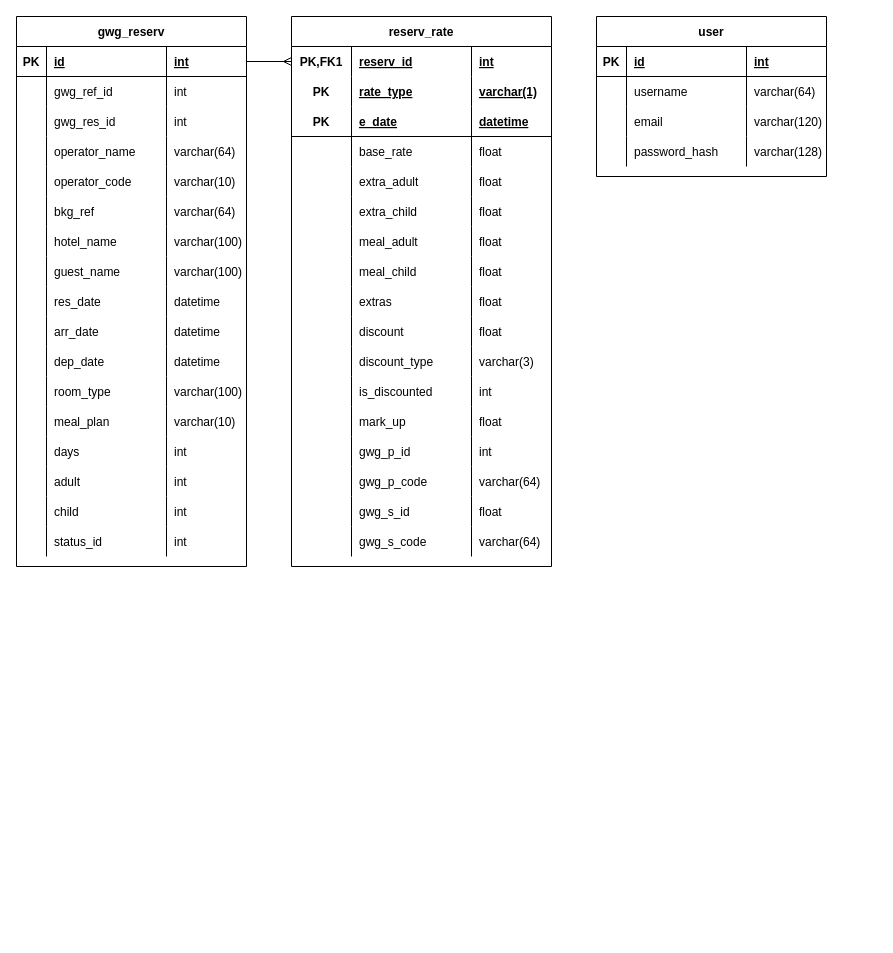
This is bkgs_app_erd.drawio from justivan/drawio-diagrams, a draw.io file, before an edit. Source tidied: cells renumbered, new cells numbered last; positions are measured from the earlier drawing's top-left corner, leaving out a move shared by most shapes. Both pictures are drawn from the tidied source at 100%, with x=0, y=0 at pixel (16, 16).
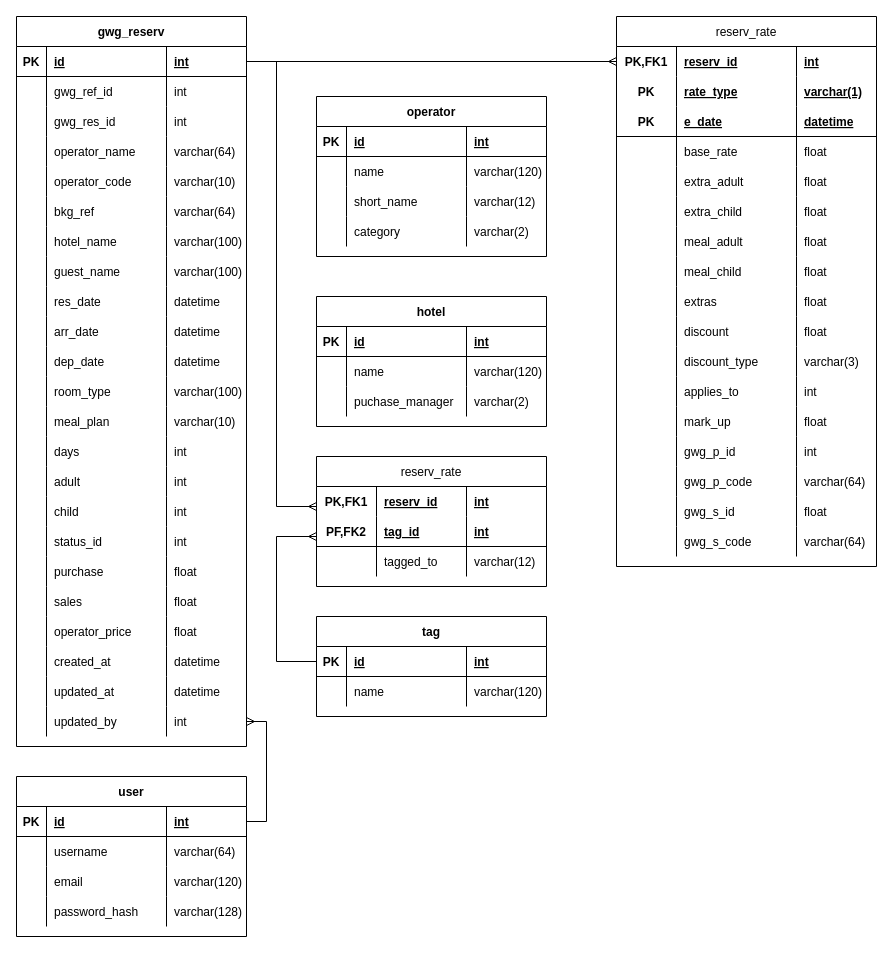
Above is the later version.

Unchanged cells that the change refers to:
```xml
<mxCell id="3" style="shape=tableRow;horizontal=0;startSize=0;swimlaneHead=0;swimlaneBody=0;fillColor=none;points=[[0,0.5],[1,0.5]];portConstraint=eastwest;top=0;left=0;right=0;bottom=1;fontFamily=Helvetica;" parent="2" vertex="1">
  <mxGeometry y="30" width="230" height="30" as="geometry" />
</mxCell>
<mxCell id="116" style="shape=tableRow;horizontal=0;startSize=0;swimlaneHead=0;swimlaneBody=0;fillColor=none;top=0;left=0;right=0;bottom=0;fontFamily=Helvetica;strokeColor=default;" parent="71" vertex="1">
  <mxGeometry y="360" width="260" height="30" as="geometry" />
</mxCell>
<mxCell id="142" style="shape=tableRow;horizontal=0;startSize=0;swimlaneHead=0;swimlaneBody=0;fillColor=none;points=[[0,0.5],[1,0.5]];portConstraint=eastwest;top=0;left=0;right=0;bottom=1;fontFamily=Helvetica;" parent="141" vertex="1">
  <mxGeometry y="30" width="230" height="30" as="geometry" />
</mxCell>
```

What changed in the source:
```diff
@@
     <mxCell id="2" value="gwg_reserv" style="shape=table;startSize=30;childLayout=tableLayout;rowLines=0;fontStyle=1;align=center;fontFamily=Helvetica;" parent="1" vertex="1">
-      <mxGeometry width="230" height="550" as="geometry" />
+      <mxGeometry width="230" height="730" as="geometry" />
     </mxCell>
@@
+    <mxCell id="158" style="shape=tableRow;horizontal=0;startSize=0;swimlaneHead=0;swimlaneBody=0;fillColor=none;top=0;left=0;right=0;bottom=0;fontFamily=Helvetica;" parent="2" vertex="1">
+      <mxGeometry y="540" width="230" height="30" as="geometry" />
+    </mxCell>
+    <mxCell id="159" style="shape=partialRectangle;fillColor=none;top=0;left=0;bottom=0;right=0;overflow=hidden;fontFamily=Helvetica;" parent="158" vertex="1">
+      <mxGeometry width="30" height="30" as="geometry" />
+    </mxCell>
+    <mxCell id="160" value="purchase" style="shape=partialRectangle;fillColor=none;top=0;left=0;bottom=0;right=0;align=left;spacingLeft=6;overflow=hidden;fontFamily=Helvetica;" parent="158" vertex="1">
+      <mxGeometry x="30" width="120" height="30" as="geometry" />
+    </mxCell>
+    <mxCell id="161" value="float" style="shape=partialRectangle;fillColor=none;top=0;left=0;bottom=0;right=0;align=left;spacingLeft=6;overflow=hidden;fontFamily=Helvetica;" parent="158" vertex="1">
+      <mxGeometry x="150" width="80" height="30" as="geometry" />
+    </mxCell>
+    <mxCell id="162" style="shape=tableRow;horizontal=0;startSize=0;swimlaneHead=0;swimlaneBody=0;fillColor=none;top=0;left=0;right=0;bottom=0;fontFamily=Helvetica;" parent="2" vertex="1">
+      <mxGeometry y="570" width="230" height="30" as="geometry" />
+    </mxCell>
+    <mxCell id="163" style="shape=partialRectangle;fillColor=none;top=0;left=0;bottom=0;right=0;overflow=hidden;fontFamily=Helvetica;" parent="162" vertex="1">
+      <mxGeometry width="30" height="30" as="geometry" />
+    </mxCell>
+    <mxCell id="164" value="sales" style="shape=partialRectangle;fillColor=none;top=0;left=0;bottom=0;right=0;align=left;spacingLeft=6;overflow=hidden;fontFamily=Helvetica;" parent="162" vertex="1">
+      <mxGeometry x="30" width="120" height="30" as="geometry" />
+    </mxCell>
+    <mxCell id="165" value="float" style="shape=partialRectangle;fillColor=none;top=0;left=0;bottom=0;right=0;align=left;spacingLeft=6;overflow=hidden;fontFamily=Helvetica;" parent="162" vertex="1">
+      <mxGeometry x="150" width="80" height="30" as="geometry" />
+    </mxCell>
+    <mxCell id="166" style="shape=tableRow;horizontal=0;startSize=0;swimlaneHead=0;swimlaneBody=0;fillColor=none;top=0;left=0;right=0;bottom=0;fontFamily=Helvetica;" parent="2" vertex="1">
+      <mxGeometry y="600" width="230" height="30" as="geometry" />
+    </mxCell>
+    <mxCell id="167" style="shape=partialRectangle;fillColor=none;top=0;left=0;bottom=0;right=0;overflow=hidden;fontFamily=Helvetica;" parent="166" vertex="1">
+      <mxGeometry width="30" height="30" as="geometry" />
+    </mxCell>
+    <mxCell id="168" value="operator_price" style="shape=partialRectangle;fillColor=none;top=0;left=0;bottom=0;right=0;align=left;spacingLeft=6;overflow=hidden;fontFamily=Helvetica;" parent="166" vertex="1">
+      <mxGeometry x="30" width="120" height="30" as="geometry" />
+    </mxCell>
+    <mxCell id="169" value="float" style="shape=partialRectangle;fillColor=none;top=0;left=0;bottom=0;right=0;align=left;spacingLeft=6;overflow=hidden;fontFamily=Helvetica;" parent="166" vertex="1">
+      <mxGeometry x="150" width="80" height="30" as="geometry" />
+    </mxCell>
+    <mxCell id="170" style="shape=tableRow;horizontal=0;startSize=0;swimlaneHead=0;swimlaneBody=0;fillColor=none;top=0;left=0;right=0;bottom=0;fontFamily=Helvetica;" parent="2" vertex="1">
+      <mxGeometry y="630" width="230" height="30" as="geometry" />
+    </mxCell>
+    <mxCell id="171" style="shape=partialRectangle;fillColor=none;top=0;left=0;bottom=0;right=0;overflow=hidden;fontFamily=Helvetica;" parent="170" vertex="1">
+      <mxGeometry width="30" height="30" as="geometry" />
+    </mxCell>
+    <mxCell id="172" value="created_at" style="shape=partialRectangle;fillColor=none;top=0;left=0;bottom=0;right=0;align=left;spacingLeft=6;overflow=hidden;fontFamily=Helvetica;" parent="170" vertex="1">
+      <mxGeometry x="30" width="120" height="30" as="geometry" />
+    </mxCell>
+    <mxCell id="173" value="datetime" style="shape=partialRectangle;fillColor=none;top=0;left=0;bottom=0;right=0;align=left;spacingLeft=6;overflow=hidden;fontFamily=Helvetica;" parent="170" vertex="1">
+      <mxGeometry x="150" width="80" height="30" as="geometry" />
+    </mxCell>
+    <mxCell id="174" style="shape=tableRow;horizontal=0;startSize=0;swimlaneHead=0;swimlaneBody=0;fillColor=none;top=0;left=0;right=0;bottom=0;fontFamily=Helvetica;" parent="2" vertex="1">
+      <mxGeometry y="660" width="230" height="30" as="geometry" />
+    </mxCell>
+    <mxCell id="175" style="shape=partialRectangle;fillColor=none;top=0;left=0;bottom=0;right=0;overflow=hidden;fontFamily=Helvetica;" parent="174" vertex="1">
+      <mxGeometry width="30" height="30" as="geometry" />
+    </mxCell>
+    <mxCell id="176" value="updated_at" style="shape=partialRectangle;fillColor=none;top=0;left=0;bottom=0;right=0;align=left;spacingLeft=6;overflow=hidden;fontFamily=Helvetica;" parent="174" vertex="1">
+      <mxGeometry x="30" width="120" height="30" as="geometry" />
+    </mxCell>
+    <mxCell id="177" value="datetime" style="shape=partialRectangle;fillColor=none;top=0;left=0;bottom=0;right=0;align=left;spacingLeft=6;overflow=hidden;fontFamily=Helvetica;" parent="174" vertex="1">
+      <mxGeometry x="150" width="80" height="30" as="geometry" />
+    </mxCell>
+    <mxCell id="178" style="shape=tableRow;horizontal=0;startSize=0;swimlaneHead=0;swimlaneBody=0;fillColor=none;points=[[0,0.5],[1,0.5]];portConstraint=eastwest;top=0;left=0;right=0;bottom=0;fontFamily=Helvetica;" parent="2" vertex="1">
+      <mxGeometry y="690" width="230" height="30" as="geometry" />
+    </mxCell>
+    <mxCell id="179" style="shape=partialRectangle;fillColor=none;top=0;left=0;bottom=0;right=0;overflow=hidden;fontFamily=Helvetica;" parent="178" vertex="1">
+      <mxGeometry width="30" height="30" as="geometry" />
+    </mxCell>
+    <mxCell id="180" value="updated_by" style="shape=partialRectangle;fillColor=none;top=0;left=0;bottom=0;right=0;align=left;spacingLeft=6;overflow=hidden;fontFamily=Helvetica;" parent="178" vertex="1">
+      <mxGeometry x="30" width="120" height="30" as="geometry" />
+    </mxCell>
+    <mxCell id="181" value="int" style="shape=partialRectangle;fillColor=none;top=0;left=0;bottom=0;right=0;align=left;spacingLeft=6;overflow=hidden;fontFamily=Helvetica;" parent="178" vertex="1">
+      <mxGeometry x="150" width="80" height="30" as="geometry" />
+    </mxCell>
-    <mxCell id="71" value="reserv_rate" style="shape=table;startSize=30;childLayout=tableLayout;rowLines=0;fontStyle=1;align=center;fontFamily=Helvetica;" parent="1" vertex="1">
-      <mxGeometry x="275" width="260" height="550" as="geometry" />
+    <mxCell id="71" value="reserv_rate" style="shape=table;startSize=30;childLayout=tableLayout;rowLines=0;fontStyle=0;align=center;fontFamily=Helvetica;" parent="1" vertex="1">
+      <mxGeometry x="600" width="260" height="550" as="geometry" />
     </mxCell>
@@
-    <mxCell id="118" value="is_discounted" style="shape=partialRectangle;fillColor=none;top=0;left=0;bottom=0;right=0;align=left;spacingLeft=6;overflow=hidden;fontFamily=Helvetica;strokeColor=default;" parent="116" vertex="1">
+    <mxCell id="118" value="applies_to" style="shape=partialRectangle;fillColor=none;top=0;left=0;bottom=0;right=0;align=left;spacingLeft=6;overflow=hidden;fontFamily=Helvetica;strokeColor=default;" parent="116" vertex="1">
       <mxGeometry x="60" width="120" height="30" as="geometry" />
     </mxCell>
@@
     <mxCell id="141" value="user" style="shape=table;startSize=30;childLayout=tableLayout;rowLines=0;fontStyle=1;align=center;fontFamily=Helvetica;" parent="1" vertex="1">
-      <mxGeometry x="580" width="230" height="160" as="geometry" />
+      <mxGeometry y="760" width="230" height="160" as="geometry" />
     </mxCell>
@@
+    <mxCell id="182" style="edgeStyle=orthogonalEdgeStyle;rounded=0;jettySize=auto;html=1;entryX=1;entryY=0.5;entryDx=0;entryDy=0;endArrow=ERmany;endFill=0;exitX=1;exitY=0.5;exitDx=0;exitDy=0;" parent="1" edge="1" source="142" target="178">
+      <mxGeometry relative="1" as="geometry" />
+    </mxCell>
+    <mxCell id="183" value="operator" style="shape=table;startSize=30;childLayout=tableLayout;rowLines=0;fontStyle=1;align=center;fontFamily=Helvetica;" parent="1" vertex="1">
+      <mxGeometry x="300" y="80" width="230" height="160" as="geometry" />
+    </mxCell>
+    <mxCell id="184" style="shape=tableRow;horizontal=0;startSize=0;swimlaneHead=0;swimlaneBody=0;fillColor=none;top=0;left=0;right=0;bottom=1;fontFamily=Helvetica;" parent="183" vertex="1">
+      <mxGeometry y="30" width="230" height="30" as="geometry" />
+    </mxCell>
+    <mxCell id="185" value="PK" style="shape=partialRectangle;fillColor=none;top=0;left=0;bottom=0;right=0;fontStyle=1;overflow=hidden;fontFamily=Helvetica;" parent="184" vertex="1">
+      <mxGeometry width="30" height="30" as="geometry" />
+    </mxCell>
+    <mxCell id="186" value="id" style="shape=partialRectangle;fillColor=none;top=0;left=0;bottom=0;right=0;align=left;spacingLeft=6;fontStyle=5;overflow=hidden;fontFamily=Helvetica;" parent="184" vertex="1">
+      <mxGeometry x="30" width="120" height="30" as="geometry" />
+    </mxCell>
+    <mxCell id="187" value="int" style="shape=partialRectangle;fillColor=none;top=0;left=0;bottom=0;right=0;align=left;spacingLeft=6;fontStyle=5;overflow=hidden;fontFamily=Helvetica;" parent="184" vertex="1">
+      <mxGeometry x="150" width="80" height="30" as="geometry" />
+    </mxCell>
+    <mxCell id="188" style="shape=tableRow;horizontal=0;startSize=0;swimlaneHead=0;swimlaneBody=0;fillColor=none;top=0;left=0;right=0;bottom=0;fontFamily=Helvetica;" parent="183" vertex="1">
+      <mxGeometry y="60" width="230" height="30" as="geometry" />
+    </mxCell>
+    <mxCell id="189" style="shape=partialRectangle;fillColor=none;top=0;left=0;bottom=0;right=0;overflow=hidden;fontFamily=Helvetica;" parent="188" vertex="1">
+      <mxGeometry width="30" height="30" as="geometry" />
+    </mxCell>
+    <mxCell id="190" value="name" style="shape=partialRectangle;fillColor=none;top=0;left=0;bottom=0;right=0;align=left;spacingLeft=6;overflow=hidden;fontFamily=Helvetica;" parent="188" vertex="1">
+      <mxGeometry x="30" width="120" height="30" as="geometry" />
+    </mxCell>
+    <mxCell id="191" value="varchar(120)" style="shape=partialRectangle;fillColor=none;top=0;left=0;bottom=0;right=0;align=left;spacingLeft=6;overflow=hidden;fontFamily=Helvetica;" parent="188" vertex="1">
+      <mxGeometry x="150" width="80" height="30" as="geometry" />
+    </mxCell>
+    <mxCell id="192" style="shape=tableRow;horizontal=0;startSize=0;swimlaneHead=0;swimlaneBody=0;fillColor=none;top=0;left=0;right=0;bottom=0;fontFamily=Helvetica;" parent="183" vertex="1">
+      <mxGeometry y="90" width="230" height="30" as="geometry" />
+    </mxCell>
+    <mxCell id="193" style="shape=partialRectangle;fillColor=none;top=0;left=0;bottom=0;right=0;overflow=hidden;fontFamily=Helvetica;" parent="192" vertex="1">
+      <mxGeometry width="30" height="30" as="geometry" />
+    </mxCell>
+    <mxCell id="194" value="short_name    " style="shape=partialRectangle;fillColor=none;top=0;left=0;bottom=0;right=0;align=left;spacingLeft=6;overflow=hidden;fontFamily=Helvetica;" parent="192" vertex="1">
+      <mxGeometry x="30" width="120" height="30" as="geometry" />
+    </mxCell>
+    <mxCell id="195" value="varchar(12)" style="shape=partialRectangle;fillColor=none;top=0;left=0;bottom=0;right=0;align=left;spacingLeft=6;overflow=hidden;fontFamily=Helvetica;" parent="192" vertex="1">
+      <mxGeometry x="150" width="80" height="30" as="geometry" />
+    </mxCell>
+    <mxCell id="196" style="shape=tableRow;horizontal=0;startSize=0;swimlaneHead=0;swimlaneBody=0;fillColor=none;top=0;left=0;right=0;bottom=0;fontFamily=Helvetica;" parent="183" vertex="1">
+      <mxGeometry y="120" width="230" height="30" as="geometry" />
+    </mxCell>
+    <mxCell id="197" style="shape=partialRectangle;fillColor=none;top=0;left=0;bottom=0;right=0;overflow=hidden;fontFamily=Helvetica;" parent="196" vertex="1">
+      <mxGeometry width="30" height="30" as="geometry" />
+    </mxCell>
+    <mxCell id="198" value="category" style="shape=partialRectangle;fillColor=none;top=0;left=0;bottom=0;right=0;align=left;spacingLeft=6;overflow=hidden;fontFamily=Helvetica;" parent="196" vertex="1">
+      <mxGeometry x="30" width="120" height="30" as="geometry" />
+    </mxCell>
+    <mxCell id="199" value="varchar(2)" style="shape=partialRectangle;fillColor=none;top=0;left=0;bottom=0;right=0;align=left;spacingLeft=6;overflow=hidden;fontFamily=Helvetica;" parent="196" vertex="1">
+      <mxGeometry x="150" width="80" height="30" as="geometry" />
+    </mxCell>
+    <mxCell id="200" value="hotel" style="shape=table;startSize=30;childLayout=tableLayout;rowLines=0;fontStyle=1;align=center;fontFamily=Helvetica;" parent="1" vertex="1">
+      <mxGeometry x="300" y="280" width="230" height="130" as="geometry" />
+    </mxCell>
+    <mxCell id="201" style="shape=tableRow;horizontal=0;startSize=0;swimlaneHead=0;swimlaneBody=0;fillColor=none;top=0;left=0;right=0;bottom=1;fontFamily=Helvetica;" parent="200" vertex="1">
+      <mxGeometry y="30" width="230" height="30" as="geometry" />
+    </mxCell>
+    <mxCell id="202" value="PK" style="shape=partialRectangle;fillColor=none;top=0;left=0;bottom=0;right=0;fontStyle=1;overflow=hidden;fontFamily=Helvetica;" parent="201" vertex="1">
+      <mxGeometry width="30" height="30" as="geometry" />
+    </mxCell>
+    <mxCell id="203" value="id" style="shape=partialRectangle;fillColor=none;top=0;left=0;bottom=0;right=0;align=left;spacingLeft=6;fontStyle=5;overflow=hidden;fontFamily=Helvetica;" parent="201" vertex="1">
+      <mxGeometry x="30" width="120" height="30" as="geometry" />
+    </mxCell>
+    <mxCell id="204" value="int" style="shape=partialRectangle;fillColor=none;top=0;left=0;bottom=0;right=0;align=left;spacingLeft=6;fontStyle=5;overflow=hidden;fontFamily=Helvetica;" parent="201" vertex="1">
+      <mxGeometry x="150" width="80" height="30" as="geometry" />
+    </mxCell>
+    <mxCell id="205" style="shape=tableRow;horizontal=0;startSize=0;swimlaneHead=0;swimlaneBody=0;fillColor=none;top=0;left=0;right=0;bottom=0;fontFamily=Helvetica;" parent="200" vertex="1">
+      <mxGeometry y="60" width="230" height="30" as="geometry" />
+    </mxCell>
+    <mxCell id="206" style="shape=partialRectangle;fillColor=none;top=0;left=0;bottom=0;right=0;overflow=hidden;fontFamily=Helvetica;" parent="205" vertex="1">
+      <mxGeometry width="30" height="30" as="geometry" />
+    </mxCell>
+    <mxCell id="207" value="name" style="shape=partialRectangle;fillColor=none;top=0;left=0;bottom=0;right=0;align=left;spacingLeft=6;overflow=hidden;fontFamily=Helvetica;" parent="205" vertex="1">
+      <mxGeometry x="30" width="120" height="30" as="geometry" />
+    </mxCell>
+    <mxCell id="208" value="varchar(120)" style="shape=partialRectangle;fillColor=none;top=0;left=0;bottom=0;right=0;align=left;spacingLeft=6;overflow=hidden;fontFamily=Helvetica;" parent="205" vertex="1">
+      <mxGeometry x="150" width="80" height="30" as="geometry" />
+    </mxCell>
+    <mxCell id="209" style="shape=tableRow;horizontal=0;startSize=0;swimlaneHead=0;swimlaneBody=0;fillColor=none;top=0;left=0;right=0;bottom=0;fontFamily=Helvetica;" parent="200" vertex="1">
+      <mxGeometry y="90" width="230" height="30" as="geometry" />
+    </mxCell>
+    <mxCell id="210" style="shape=partialRectangle;fillColor=none;top=0;left=0;bottom=0;right=0;overflow=hidden;fontFamily=Helvetica;" parent="209" vertex="1">
+      <mxGeometry width="30" height="30" as="geometry" />
+    </mxCell>
+    <mxCell id="211" value="puchase_manager" style="shape=partialRectangle;fillColor=none;top=0;left=0;bottom=0;right=0;align=left;spacingLeft=6;overflow=hidden;fontFamily=Helvetica;" parent="209" vertex="1">
+      <mxGeometry x="30" width="120" height="30" as="geometry" />
+    </mxCell>
+    <mxCell id="212" value="varchar(2)" style="shape=partialRectangle;fillColor=none;top=0;left=0;bottom=0;right=0;align=left;spacingLeft=6;overflow=hidden;fontFamily=Helvetica;" parent="209" vertex="1">
+      <mxGeometry x="150" width="80" height="30" as="geometry" />
+    </mxCell>
+    <mxCell id="213" style="edgeStyle=orthogonalEdgeStyle;rounded=0;jettySize=auto;html=1;entryX=0;entryY=0.5;entryDx=0;entryDy=0;endArrow=ERmany;endFill=0;exitX=0;exitY=0.5;exitDx=0;exitDy=0;" parent="1" edge="1" source="215">
+      <mxGeometry relative="1" as="geometry">
+        <mxPoint x="300" y="520" as="targetPoint" />
+        <Array as="points">
+          <mxPoint x="260" y="645" />
+          <mxPoint x="260" y="520" />
+        </Array>
+      </mxGeometry>
+    </mxCell>
+    <mxCell id="214" value="tag" style="shape=table;startSize=30;childLayout=tableLayout;rowLines=0;fontStyle=1;align=center;fontFamily=Helvetica;" parent="1" vertex="1">
+      <mxGeometry x="300" y="600" width="230" height="100" as="geometry" />
+    </mxCell>
+    <mxCell id="215" style="shape=tableRow;horizontal=0;startSize=0;swimlaneHead=0;swimlaneBody=0;fillColor=none;points=[[0,0.5],[1,0.5]];portConstraint=eastwest;top=0;left=0;right=0;bottom=1;fontFamily=Helvetica;" parent="214" vertex="1">
+      <mxGeometry y="30" width="230" height="30" as="geometry" />
+    </mxCell>
+    <mxCell id="216" value="PK" style="shape=partialRectangle;fillColor=none;top=0;left=0;bottom=0;right=0;fontStyle=1;overflow=hidden;fontFamily=Helvetica;" parent="215" vertex="1">
+      <mxGeometry width="30" height="30" as="geometry" />
+    </mxCell>
+    <mxCell id="217" value="id" style="shape=partialRectangle;fillColor=none;top=0;left=0;bottom=0;right=0;align=left;spacingLeft=6;fontStyle=5;overflow=hidden;fontFamily=Helvetica;" parent="215" vertex="1">
+      <mxGeometry x="30" width="120" height="30" as="geometry" />
+    </mxCell>
+    <mxCell id="218" value="int" style="shape=partialRectangle;fillColor=none;top=0;left=0;bottom=0;right=0;align=left;spacingLeft=6;fontStyle=5;overflow=hidden;fontFamily=Helvetica;" parent="215" vertex="1">
+      <mxGeometry x="150" width="80" height="30" as="geometry" />
+    </mxCell>
+    <mxCell id="219" style="shape=tableRow;horizontal=0;startSize=0;swimlaneHead=0;swimlaneBody=0;fillColor=none;top=0;left=0;right=0;bottom=0;fontFamily=Helvetica;" parent="214" vertex="1">
+      <mxGeometry y="60" width="230" height="30" as="geometry" />
+    </mxCell>
+    <mxCell id="220" style="shape=partialRectangle;fillColor=none;top=0;left=0;bottom=0;right=0;overflow=hidden;fontFamily=Helvetica;" parent="219" vertex="1">
+      <mxGeometry width="30" height="30" as="geometry" />
+    </mxCell>
+    <mxCell id="221" value="name" style="shape=partialRectangle;fillColor=none;top=0;left=0;bottom=0;right=0;align=left;spacingLeft=6;overflow=hidden;fontFamily=Helvetica;" parent="219" vertex="1">
+      <mxGeometry x="30" width="120" height="30" as="geometry" />
+    </mxCell>
+    <mxCell id="222" value="varchar(120)" style="shape=partialRectangle;fillColor=none;top=0;left=0;bottom=0;right=0;align=left;spacingLeft=6;overflow=hidden;fontFamily=Helvetica;" parent="219" vertex="1">
+      <mxGeometry x="150" width="80" height="30" as="geometry" />
+    </mxCell>
+    <mxCell id="223" style="edgeStyle=orthogonalEdgeStyle;rounded=0;jettySize=auto;html=1;entryX=0;entryY=0.5;entryDx=0;entryDy=0;endArrow=ERmany;endFill=0;" parent="1" edge="1" source="3">
+      <mxGeometry relative="1" as="geometry">
+        <mxPoint x="300" y="490" as="targetPoint" />
+        <Array as="points">
+          <mxPoint x="260" y="45" />
+          <mxPoint x="260" y="490" />
+        </Array>
+      </mxGeometry>
+    </mxCell>
+    <mxCell id="224" value="reserv_rate" style="shape=table;startSize=30;childLayout=tableLayout;rowLines=0;fontStyle=0;align=center;fontFamily=Helvetica;" parent="1" vertex="1">
+      <mxGeometry x="300" y="440" width="230" height="130" as="geometry" />
+    </mxCell>
+    <mxCell id="225" style="shape=tableRow;horizontal=0;startSize=0;swimlaneHead=0;swimlaneBody=0;fillColor=none;top=0;left=0;right=0;bottom=0;fontFamily=Helvetica;" parent="224" vertex="1">
+      <mxGeometry y="30" width="230" height="30" as="geometry" />
+    </mxCell>
+    <mxCell id="226" value="PK,FK1" style="shape=partialRectangle;fillColor=none;top=0;left=0;bottom=0;right=0;fontStyle=1;overflow=hidden;fontFamily=Helvetica;" parent="225" vertex="1">
+      <mxGeometry width="60" height="30" as="geometry" />
+    </mxCell>
+    <mxCell id="227" value="reserv_id" style="shape=partialRectangle;fillColor=none;top=0;left=0;bottom=0;right=0;align=left;spacingLeft=6;fontStyle=5;overflow=hidden;fontFamily=Helvetica;" parent="225" vertex="1">
+      <mxGeometry x="60" width="90" height="30" as="geometry" />
+    </mxCell>
+    <mxCell id="228" value="int" style="shape=partialRectangle;fillColor=none;top=0;left=0;bottom=0;right=0;align=left;spacingLeft=6;fontStyle=5;overflow=hidden;fontFamily=Helvetica;" parent="225" vertex="1">
+      <mxGeometry x="150" width="80" height="30" as="geometry" />
+    </mxCell>
+    <mxCell id="229" style="shape=tableRow;horizontal=0;startSize=0;swimlaneHead=0;swimlaneBody=0;fillColor=none;top=0;left=0;right=0;bottom=0;fontFamily=Helvetica;" parent="224" vertex="1">
+      <mxGeometry y="60" width="230" height="30" as="geometry" />
+    </mxCell>
+    <mxCell id="230" value="PF,FK2" style="shape=partialRectangle;fillColor=none;top=0;left=0;bottom=1;right=0;fontStyle=1;overflow=hidden;fontFamily=Helvetica;" parent="229" vertex="1">
+      <mxGeometry width="60" height="30" as="geometry" />
+    </mxCell>
+    <mxCell id="231" value="tag_id" style="shape=partialRectangle;fillColor=none;top=0;left=0;bottom=1;right=0;align=left;spacingLeft=6;fontStyle=5;overflow=hidden;fontFamily=Helvetica;" parent="229" vertex="1">
+      <mxGeometry x="60" width="90" height="30" as="geometry" />
+    </mxCell>
+    <mxCell id="232" value="int" style="shape=partialRectangle;fillColor=none;top=0;left=0;bottom=1;right=0;align=left;spacingLeft=6;fontStyle=5;overflow=hidden;fontFamily=Helvetica;" parent="229" vertex="1">
+      <mxGeometry x="150" width="80" height="30" as="geometry" />
+    </mxCell>
+    <mxCell id="233" style="shape=tableRow;horizontal=0;startSize=0;swimlaneHead=0;swimlaneBody=0;fillColor=none;top=0;left=0;right=0;bottom=0;fontFamily=Helvetica;strokeColor=default;" parent="224" vertex="1">
+      <mxGeometry y="90" width="230" height="30" as="geometry" />
+    </mxCell>
+    <mxCell id="234" style="shape=partialRectangle;fillColor=none;top=0;left=0;bottom=0;right=0;overflow=hidden;fontFamily=Helvetica;strokeColor=default;" parent="233" vertex="1">
+      <mxGeometry width="60" height="30" as="geometry" />
+    </mxCell>
+    <mxCell id="235" value="tagged_to" style="shape=partialRectangle;fillColor=none;top=0;left=0;bottom=0;right=0;align=left;spacingLeft=6;overflow=hidden;fontFamily=Helvetica;strokeColor=default;" parent="233" vertex="1">
+      <mxGeometry x="60" width="90" height="30" as="geometry" />
+    </mxCell>
+    <mxCell id="236" value="varchar(12)" style="shape=partialRectangle;fillColor=none;top=0;left=0;bottom=0;right=0;align=left;spacingLeft=6;overflow=hidden;fontFamily=Helvetica;strokeColor=default;" parent="233" vertex="1">
+      <mxGeometry x="150" width="80" height="30" as="geometry" />
+    </mxCell>
```
